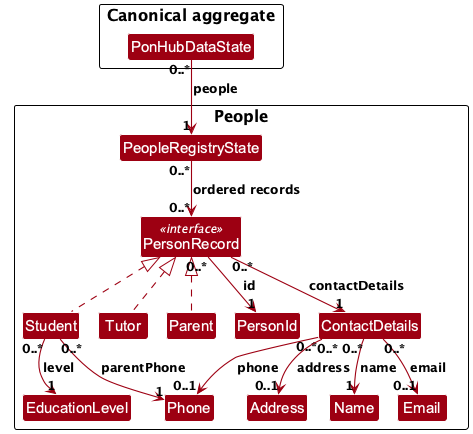
The PlantUML diagram docs/images/PersonRecordClassDiagram.png in AY2627S1-CS2103T-F13-3/tp, before a commit.
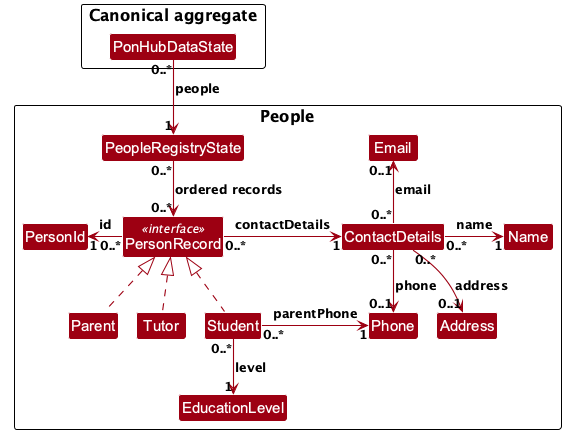
Above is the later version.

Commit message:
Fix person record diagram layout

Change to the diagram source:
```diff
@@ -3,8 +3,8 @@
 !pragma layout smetana
 
 skinparam linetype ortho
-skinparam nodesep 30
-skinparam ranksep 40
+skinparam nodesep 45
+skinparam ranksep 55
 skinparam arrowThickness 1.1
 skinparam arrowColor MODEL_COLOR
 skinparam classBackgroundColor MODEL_COLOR
@@ -31,16 +31,20 @@
 PonHubDataState "0..*" --> "1" PeopleRegistryState : people
 PeopleRegistryState "0..*" --> "0..*" PersonRecord : ordered records
 
-PersonRecord <|.. Student
-PersonRecord <|.. Tutor
-PersonRecord <|.. Parent
-PersonRecord "0..*" --> "1" PersonId : id
-PersonRecord "0..*" --> "1" ContactDetails : contactDetails
-ContactDetails "0..*" --> "1" Name : name
-ContactDetails "0..*" --> "0..1" Phone : phone
-ContactDetails "0..*" --> "0..1" Email : email
-ContactDetails "0..*" --> "0..1" Address : address
-Student "0..*" --> "1" EducationLevel : level
-Student "0..*" --> "1" Phone : parentPhone
+Parent .up.|> PersonRecord
+Tutor .up.|> PersonRecord
+Student .up.|> PersonRecord
+PersonRecord "0..*" -left-> "1" PersonId : id
+PersonRecord "0..*" -right-> "1" ContactDetails : contactDetails
+ContactDetails "0..*" -right-> "1" Name : name
+ContactDetails "0..*" -down-> "0..1" Phone : phone
+ContactDetails "0..*" -up-> "0..1" Email : email
+ContactDetails "0..*" -down-> "0..1" Address : address
+Student "0..*" -down-> "1" EducationLevel : level
+Student "0..*" -right-> "1" Phone : parentPhone
+
+Parent -[hidden]right- Tutor
+Tutor -[hidden]right- Student
+Phone -[hidden]right- Address
 
 @enduml
```
